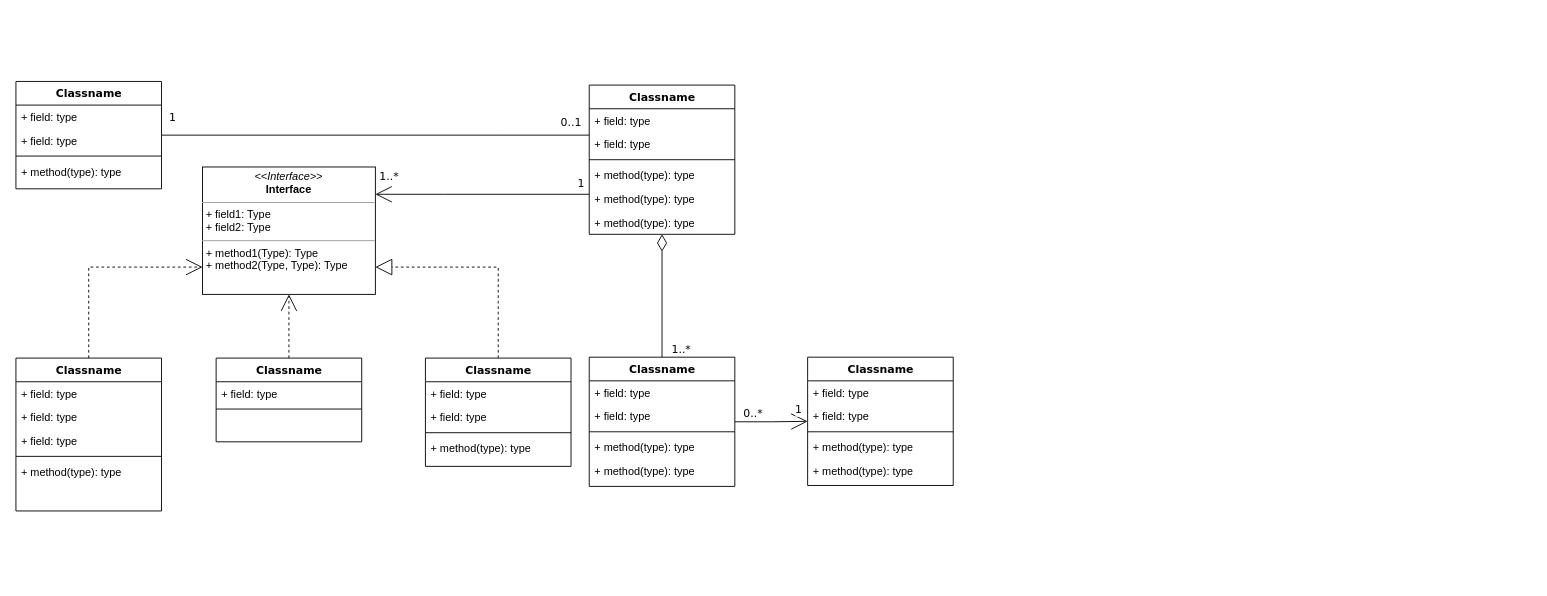
Above: Diagrama sin título.drawio in VictorJ-Ch/Cafeteria-Menu (draw.io), before the change. Source tidied: cells renumbered, new cells numbered last; positions are measured from the earlier drawing's top-left corner, leaving out a move shared by most shapes. Both pictures are drawn from the tidied source at 91%, with x=0, y=0 at pixel (15, 81).
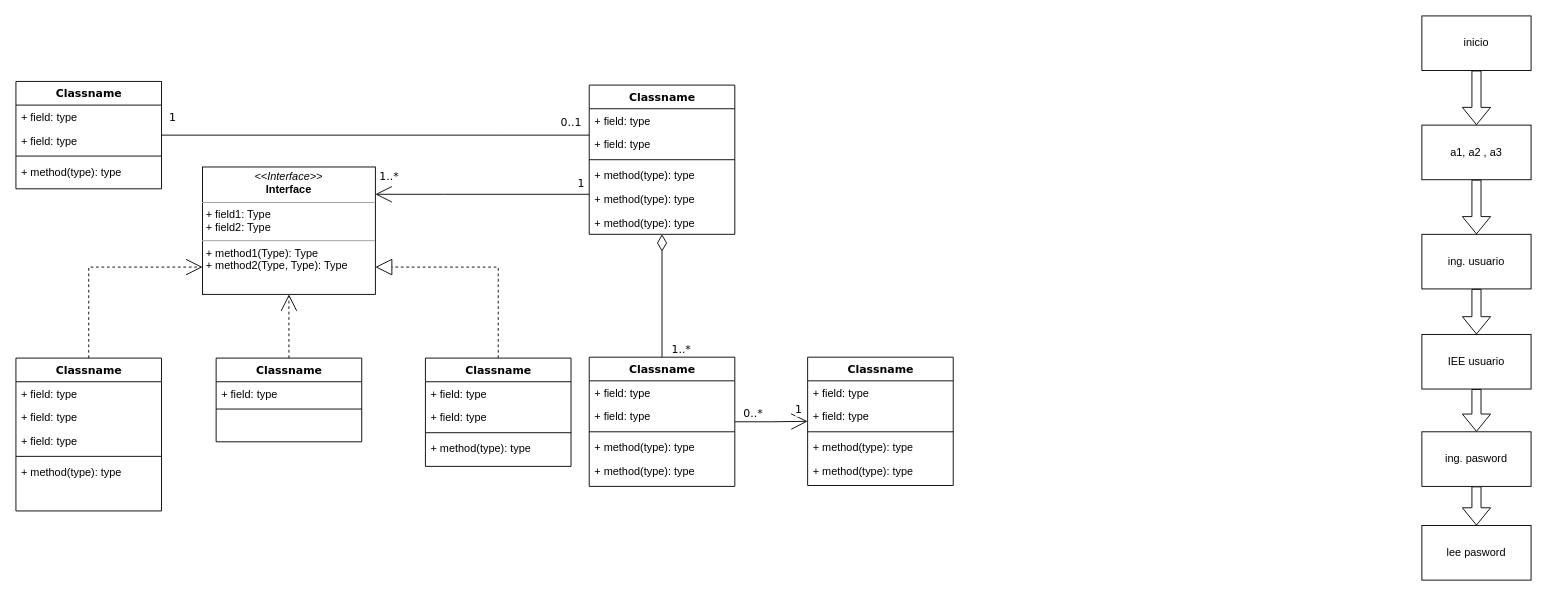
After the change.

What changed in the source:
```diff
@@
+    <mxCell id="55" value="inicio" style="rounded=0;whiteSpace=wrap;html=1;" parent="1" vertex="1">
+      <mxGeometry x="1545" y="-72" width="120" height="60" as="geometry" />
+    </mxCell>
+    <mxCell id="56" value="a1, a2 , a3" style="rounded=0;whiteSpace=wrap;html=1;" parent="1" vertex="1">
+      <mxGeometry x="1545" y="48" width="120" height="60" as="geometry" />
+    </mxCell>
+    <mxCell id="57" value="ing. usuario" style="rounded=0;whiteSpace=wrap;html=1;" parent="1" vertex="1">
+      <mxGeometry x="1545" y="168" width="120" height="60" as="geometry" />
+    </mxCell>
+    <mxCell id="58" value="IEE usuario" style="rounded=0;whiteSpace=wrap;html=1;" parent="1" vertex="1">
+      <mxGeometry x="1545" y="278" width="120" height="60" as="geometry" />
+    </mxCell>
+    <mxCell id="59" value="ing. pasword" style="rounded=0;whiteSpace=wrap;html=1;" parent="1" vertex="1">
+      <mxGeometry x="1545" y="385" width="120" height="60" as="geometry" />
+    </mxCell>
+    <mxCell id="60" value="lee pasword" style="rounded=0;whiteSpace=wrap;html=1;" parent="1" vertex="1">
+      <mxGeometry x="1545" y="488" width="120" height="60" as="geometry" />
+    </mxCell>
+    <mxCell id="61" style="shape=flexArrow;endArrow=classic;html=1;rounded=0;fillColor=default;exitX=0.5;exitY=1;exitDx=0;exitDy=0;" parent="1" edge="1" source="55" target="56">
+      <mxGeometry relative="1" as="geometry" />
+    </mxCell>
+    <mxCell id="62" style="shape=flexArrow;endArrow=classic;html=1;rounded=0;fillColor=default;exitX=0.5;exitY=1;exitDx=0;exitDy=0;entryX=0.5;entryY=0;entryDx=0;entryDy=0;" parent="1" edge="1" source="56" target="57">
+      <mxGeometry relative="1" as="geometry" />
+    </mxCell>
+    <mxCell id="63" style="shape=flexArrow;endArrow=classic;html=1;rounded=0;fillColor=default;exitX=0.5;exitY=1;exitDx=0;exitDy=0;entryX=0.5;entryY=0;entryDx=0;entryDy=0;" parent="1" edge="1" source="57" target="58">
+      <mxGeometry relative="1" as="geometry" />
+    </mxCell>
+    <mxCell id="64" style="shape=flexArrow;endArrow=classic;html=1;rounded=0;fillColor=default;" parent="1" edge="1" source="58" target="59">
+      <mxGeometry relative="1" as="geometry" />
+    </mxCell>
+    <mxCell id="65" style="shape=flexArrow;endArrow=classic;html=1;rounded=0;fillColor=default;exitX=0.5;exitY=1;exitDx=0;exitDy=0;entryX=0.5;entryY=0;entryDx=0;entryDy=0;" parent="1" edge="1" source="59" target="60">
+      <mxGeometry relative="1" as="geometry" />
+    </mxCell>
```
